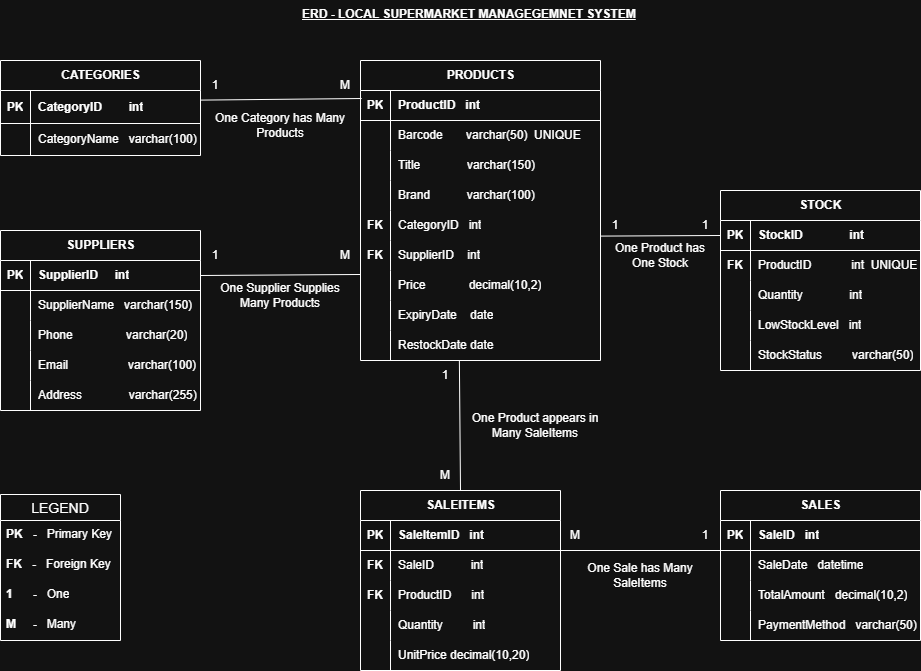
This is Documentation/Documentation_ERD.png from vashishmohess-svg/CST2550-SupermarketManagementSystem, a draw.io export, as it was before one commit. Source tidied: cells renumbered, new cells last; positions are measured from the earlier drawing's top-left corner, leaving out a move shared by most shapes.
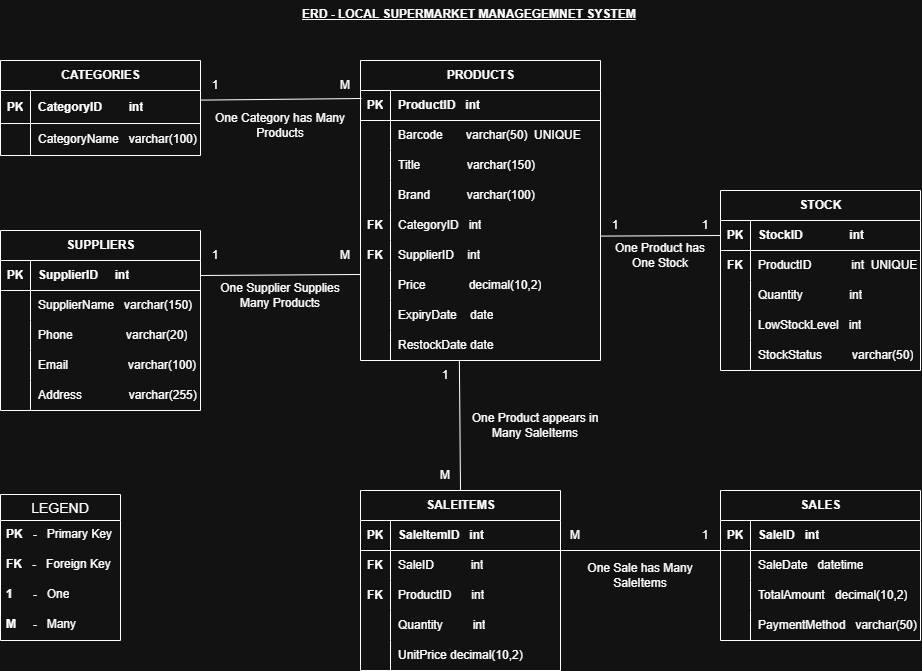
Later version of the same file.

The edit, as a diff of the source:
```diff
@@ -200,7 +200,7 @@
     <mxCell id="67" style="shape=partialRectangle;fillColor=none;top=0;left=0;bottom=0;right=0;overflow=hidden;whiteSpace=wrap;html=1;" parent="66" vertex="1">
       <mxGeometry width="30" height="30" as="geometry" />
     </mxCell>
-    <mxCell id="68" value="UnitPrice decimal(10,20)" style="shape=partialRectangle;fillColor=none;top=0;left=0;bottom=0;right=0;align=left;spacingLeft=6;overflow=hidden;whiteSpace=wrap;html=1;" parent="66" vertex="1">
+    <mxCell id="68" value="UnitPrice decimal(10,2)" style="shape=partialRectangle;fillColor=none;top=0;left=0;bottom=0;right=0;align=left;spacingLeft=6;overflow=hidden;whiteSpace=wrap;html=1;" parent="66" vertex="1">
       <mxGeometry x="30" width="170" height="30" as="geometry" />
     </mxCell>
     <mxCell id="69" value="STOCK" style="shape=table;startSize=30;rowLines=0;fontStyle=1;align=center;html=1;" parent="1" vertex="1">
```
